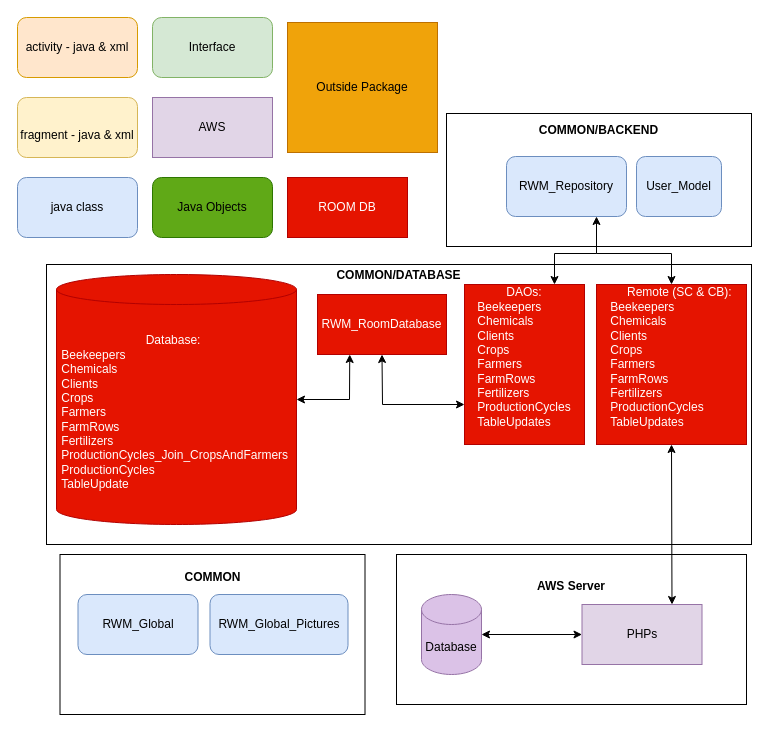
Above: page "Common" (3 of 11) of Untitled Diagram.drawio in BenBladow/rw_android_uml (draw.io), before the change. Source tidied: cells renumbered, new cells numbered last; positions are measured from the earlier drawing's top-left corner, leaving out a move shared by most shapes. Both pictures are drawn from the tidied source at 100%, with x=0, y=0 at pixel (17, 17).
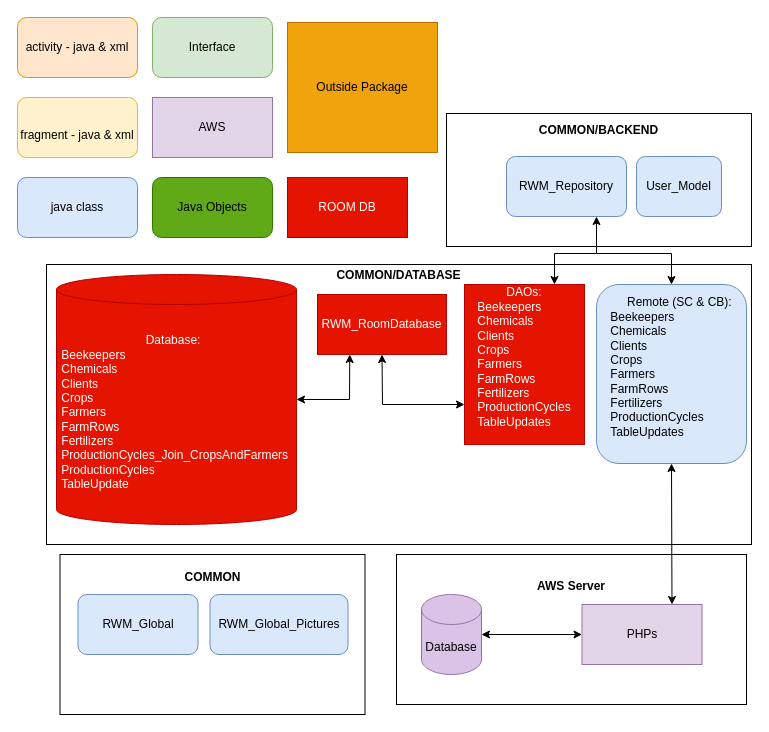
The same diagram, later.

What changed in the source:
```diff
@@
-    <mxCell id="15" value="&lt;div&gt;&amp;nbsp;&amp;nbsp;&amp;nbsp;&amp;nbsp; Remote (SC &amp;amp; CB):&lt;/div&gt;&lt;div align=&quot;left&quot;&gt;Beekeepers&lt;/div&gt;&lt;div align=&quot;left&quot;&gt;Chemicals&lt;/div&gt;&lt;div align=&quot;left&quot;&gt;Clients&lt;/div&gt;&lt;div align=&quot;left&quot;&gt;Crops&lt;/div&gt;&lt;div align=&quot;left&quot;&gt;Farmers&lt;/div&gt;&lt;div align=&quot;left&quot;&gt;FarmRows&lt;/div&gt;&lt;div align=&quot;left&quot;&gt;Fertilizers&lt;/div&gt;&lt;div align=&quot;left&quot;&gt;ProductionCycles&lt;/div&gt;&lt;div align=&quot;left&quot;&gt;TableUpdates&lt;br&gt;&lt;br&gt;&lt;/div&gt;" style="rounded=0;whiteSpace=wrap;html=1;fillColor=#e51400;strokeColor=#B20000;fontColor=#ffffff;" parent="1" vertex="1">
-      <mxGeometry x="579" y="267" width="150" height="160" as="geometry" />
+    <mxCell id="15" value="&lt;div&gt;&amp;nbsp;&amp;nbsp;&amp;nbsp;&amp;nbsp; Remote (SC &amp;amp; CB):&lt;/div&gt;&lt;div align=&quot;left&quot;&gt;Beekeepers&lt;/div&gt;&lt;div align=&quot;left&quot;&gt;Chemicals&lt;/div&gt;&lt;div align=&quot;left&quot;&gt;Clients&lt;/div&gt;&lt;div align=&quot;left&quot;&gt;Crops&lt;/div&gt;&lt;div align=&quot;left&quot;&gt;Farmers&lt;/div&gt;&lt;div align=&quot;left&quot;&gt;FarmRows&lt;/div&gt;&lt;div align=&quot;left&quot;&gt;Fertilizers&lt;/div&gt;&lt;div align=&quot;left&quot;&gt;ProductionCycles&lt;/div&gt;&lt;div align=&quot;left&quot;&gt;TableUpdates&lt;br&gt;&lt;br&gt;&lt;/div&gt;" style="rounded=1;whiteSpace=wrap;html=1;fillColor=#dae8fc;strokeColor=#6c8ebf;" parent="1" vertex="1">
+      <mxGeometry x="579" y="267" width="150" height="179" as="geometry" />
     </mxCell>
```
